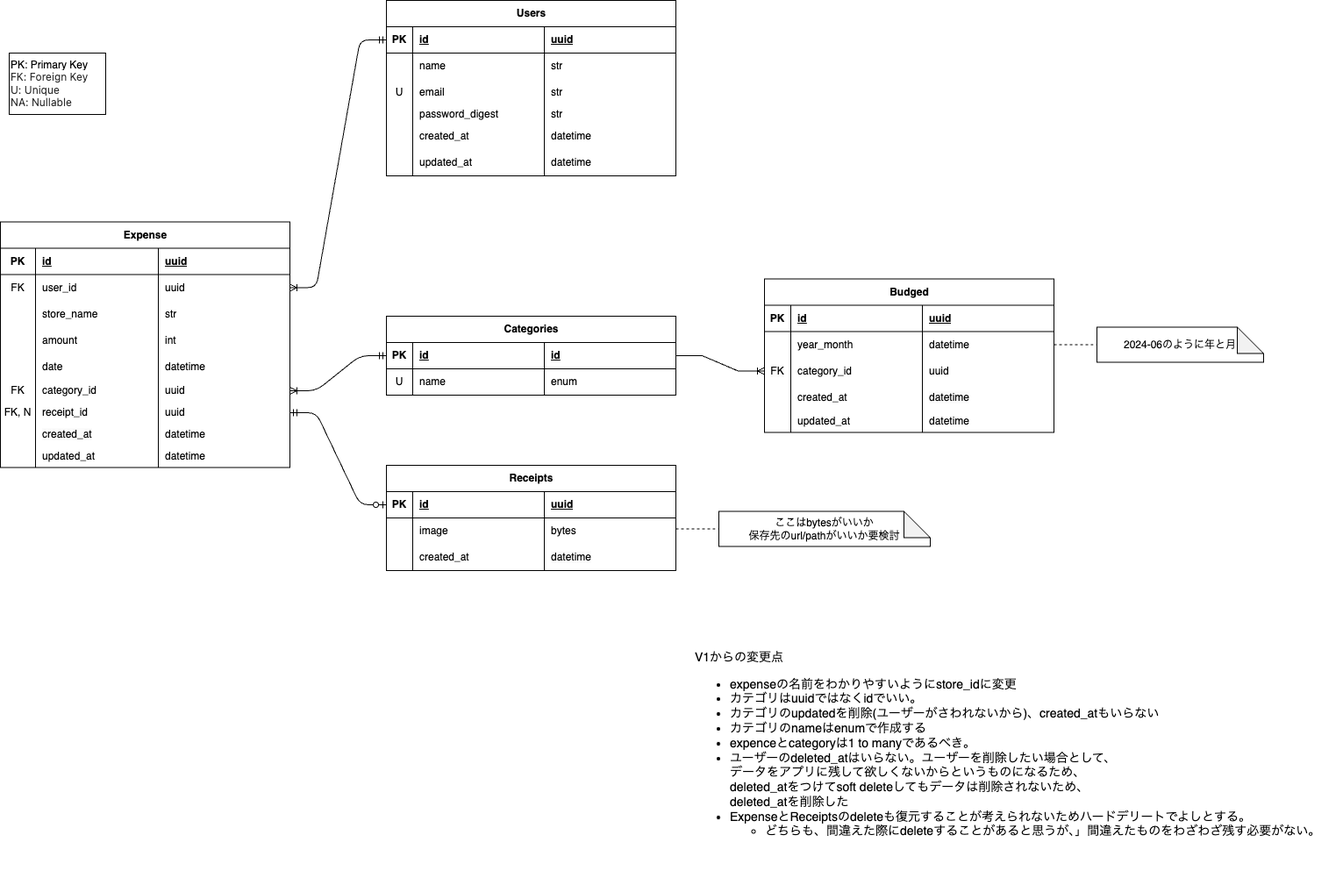
Before: architecture/ER/ER_v2.png, a diagram exported from draw.io (ogaogs/receipt-scanner). Source tidied: cells renumbered, new cells last; positions are measured from the earlier drawing's top-left corner, leaving out a move shared by most shapes.
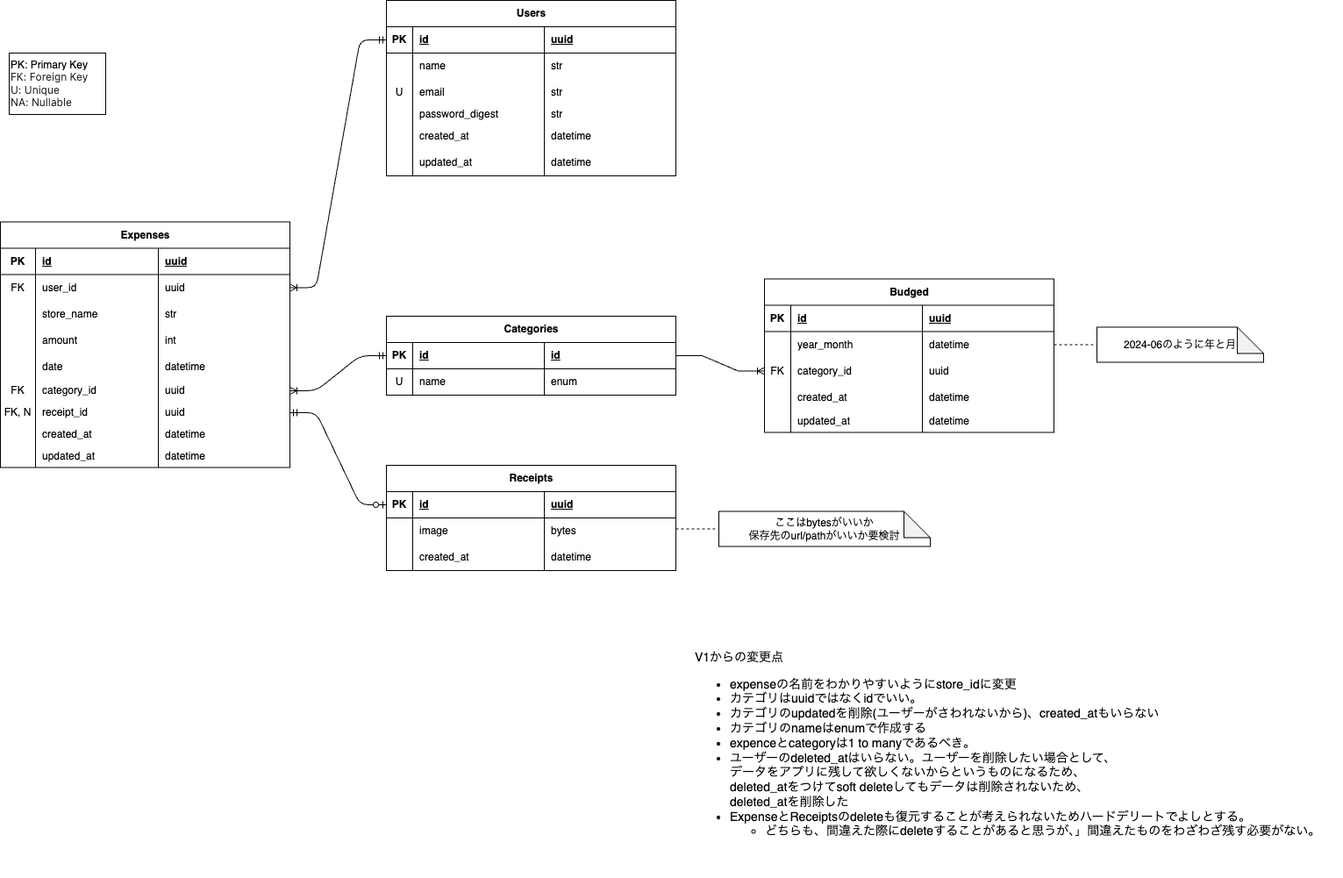
After the change.

Commit message:
🗃️ expensesのタイポを修正 (#30)

The edit, as a diff of the source:
```diff
@@ -77,7 +77,7 @@
     <mxCell id="26" value="datetime" style="shape=partialRectangle;fillColor=none;top=0;left=0;bottom=0;right=0;align=left;spacingLeft=6;overflow=hidden;whiteSpace=wrap;html=1;" parent="23" vertex="1">
       <mxGeometry x="180" width="150" height="30" as="geometry" />
     </mxCell>
-    <mxCell id="27" value="Expense" style="shape=table;startSize=30;rowLines=0;fontStyle=1;align=center;html=1;" parent="1" vertex="1">
+    <mxCell id="27" value="Expenses" style="shape=table;startSize=30;rowLines=0;fontStyle=1;align=center;html=1;" parent="1" vertex="1">
       <mxGeometry y="252.5" width="330" height="280" as="geometry" />
     </mxCell>
     <mxCell id="28" style="shape=tableRow;horizontal=0;startSize=0;swimlaneHead=0;swimlaneBody=0;fillColor=none;top=0;left=0;right=0;bottom=1;" parent="27" vertex="1">
```
